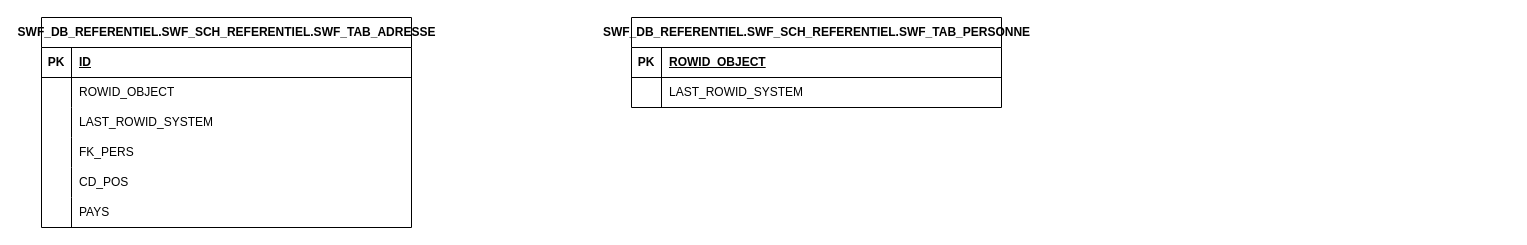
Earlier version of the draw.io diagram prisme.drawio (liaoyusaki/drawio). Source tidied: cells renumbered, new cells numbered last; positions are measured from the earlier drawing's top-left corner, leaving out a move shared by most shapes. Both pictures are drawn from the tidied source at 100%, with x=0, y=0 at pixel (41, 17).
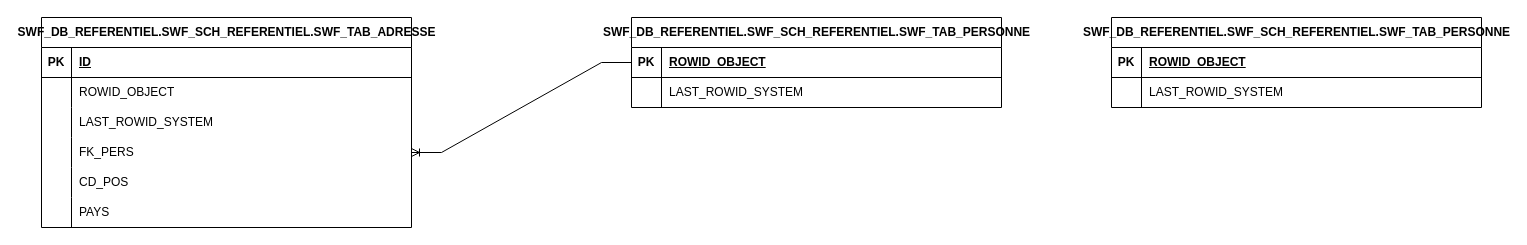
Above is the later version.

Unchanged cells that the change refers to:
```xml
<mxCell id="3" style="shape=tableRow;horizontal=0;startSize=0;swimlaneHead=0;swimlaneBody=0;fillColor=none;points=[[0,0.5],[1,0.5]];portConstraint=eastwest;top=0;left=0;right=0;bottom=1;" parent="2" vertex="1">
  <mxGeometry y="30" width="370" height="30" as="geometry" />
</mxCell>
<mxCell id="19" style="shape=tableRow;horizontal=0;startSize=0;swimlaneHead=0;swimlaneBody=0;fillColor=none;points=[[0,0.5],[1,0.5]];portConstraint=eastwest;top=0;left=0;right=0;bottom=0;" parent="9" vertex="1">
  <mxGeometry y="120" width="370" height="30" as="geometry" />
</mxCell>
```

Change to the diagram source:
```diff
@@
+    <mxCell id="28" style="edgeStyle=entityRelationEdgeStyle;fontSize=12;html=1;endArrow=ERoneToMany;rounded=0;exitX=0;exitY=0.5;exitDx=0;exitDy=0;" parent="1" edge="1" source="3" target="19">
+      <mxGeometry relative="1" as="geometry" />
+    </mxCell>
+    <mxCell id="29" value="SWF_DB_REFERENTIEL.SWF_SCH_REFERENTIEL.SWF_TAB_PERSONNE" style="shape=table;startSize=30;childLayout=tableLayout;rowLines=0;fontStyle=1;align=center;html=1;" parent="1" vertex="1">
+      <mxGeometry x="1070" width="370" height="90" as="geometry" />
+    </mxCell>
+    <mxCell id="30" style="shape=tableRow;horizontal=0;startSize=0;swimlaneHead=0;swimlaneBody=0;fillColor=none;top=0;left=0;right=0;bottom=1;" parent="29" vertex="1">
+      <mxGeometry y="30" width="370" height="30" as="geometry" />
+    </mxCell>
+    <mxCell id="31" value="PK" style="shape=partialRectangle;fillColor=none;top=0;left=0;bottom=0;right=0;fontStyle=1;overflow=hidden;whiteSpace=wrap;html=1;" parent="30" vertex="1">
+      <mxGeometry width="30" height="30" as="geometry" />
+    </mxCell>
+    <mxCell id="32" value="ROWID_OBJECT" style="shape=partialRectangle;fillColor=none;top=0;left=0;bottom=0;right=0;align=left;spacingLeft=6;fontStyle=5;overflow=hidden;whiteSpace=wrap;html=1;" parent="30" vertex="1">
+      <mxGeometry x="30" width="340" height="30" as="geometry" />
+    </mxCell>
+    <mxCell id="33" style="shape=tableRow;horizontal=0;startSize=0;swimlaneHead=0;swimlaneBody=0;fillColor=none;top=0;left=0;right=0;bottom=0;" parent="29" vertex="1">
+      <mxGeometry y="60" width="370" height="30" as="geometry" />
+    </mxCell>
+    <mxCell id="34" style="shape=partialRectangle;fillColor=none;top=0;left=0;bottom=0;right=0;overflow=hidden;whiteSpace=wrap;html=1;" parent="33" vertex="1">
+      <mxGeometry width="30" height="30" as="geometry" />
+    </mxCell>
+    <mxCell id="35" value="LAST_ROWID_SYSTEM" style="shape=partialRectangle;fillColor=none;top=0;left=0;bottom=0;right=0;align=left;spacingLeft=6;overflow=hidden;whiteSpace=wrap;html=1;" parent="33" vertex="1">
+      <mxGeometry x="30" width="340" height="30" as="geometry" />
+    </mxCell>
```
